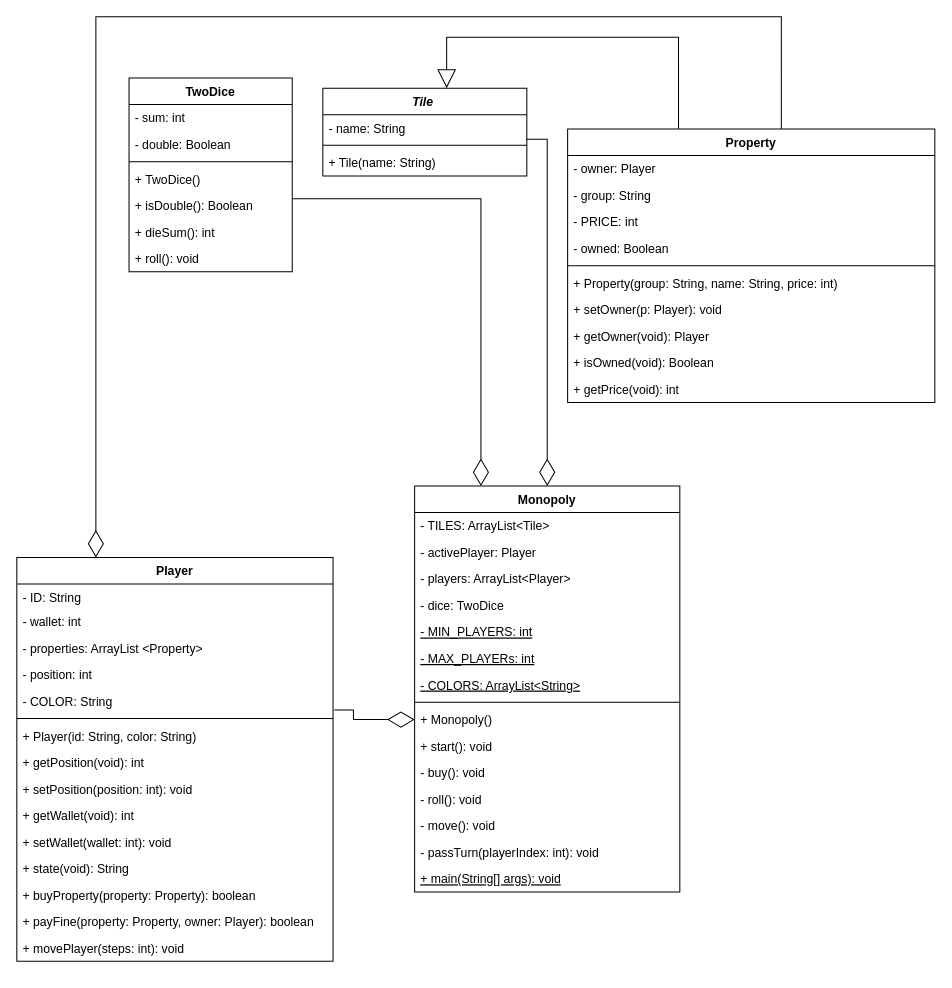
Earlier version of the draw.io diagram MonoplyMilestone1.drawio (MiniEinsteinD/MonopolyGame). Source tidied: cells renumbered, new cells numbered last; positions are measured from the earlier drawing's top-left corner, leaving out a move shared by most shapes. Both pictures are drawn from the tidied source at 102%, with x=0, y=0 at pixel (16, 16).
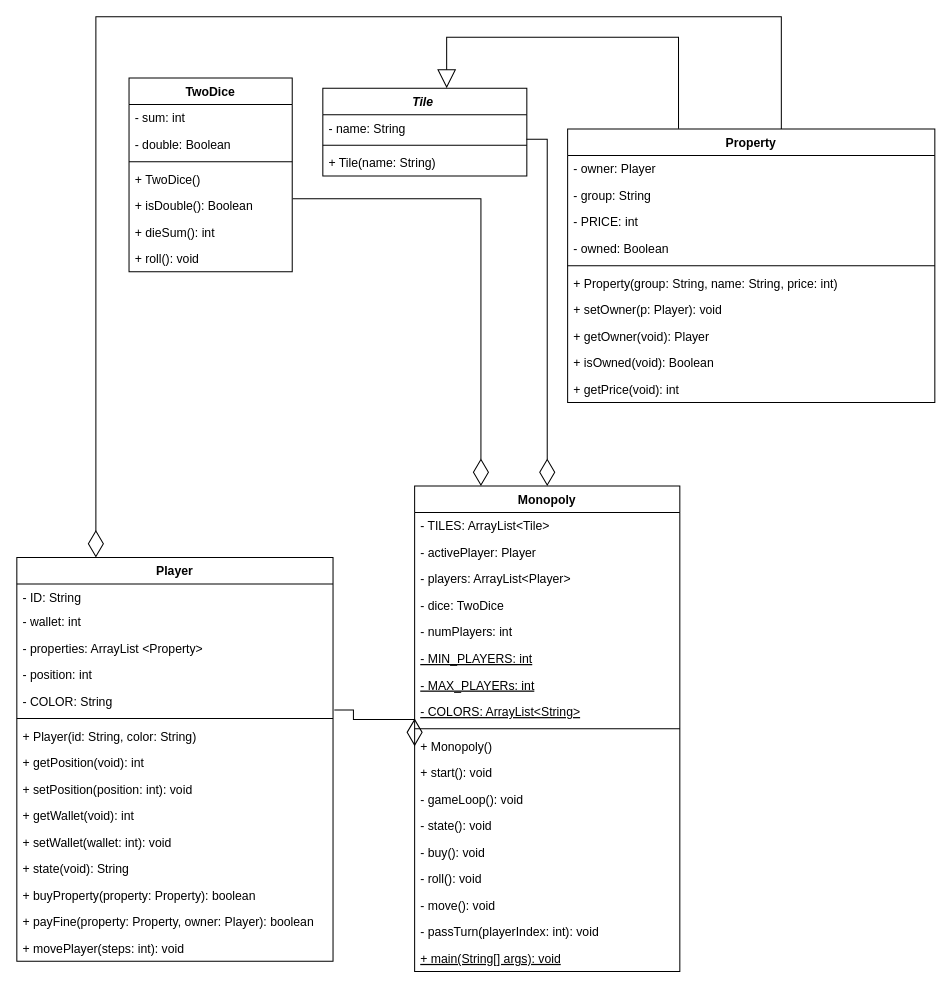
The same diagram, later.

What changed in the source:
```diff
@@
     <mxCell id="33" value="Monopoly" style="swimlane;fontStyle=1;align=center;verticalAlign=top;horizontal=1;startSize=26;" parent="1" vertex="1">
-      <mxGeometry x="390" y="460" width="260" height="398" as="geometry" />
+      <mxGeometry x="390" y="460" width="260" height="476" as="geometry" />
     </mxCell>
@@
+    <mxCell id="62" value="- numPlayers: int" style="text;strokeColor=none;fillColor=none;align=left;verticalAlign=top;spacingLeft=4;spacingRight=4;overflow=hidden;" parent="33" vertex="1">
+      <mxGeometry y="130" width="260" height="26" as="geometry" />
+    </mxCell>
     <mxCell id="38" value="- MIN_PLAYERS: int" style="text;strokeColor=none;fillColor=none;align=left;verticalAlign=top;spacingLeft=4;spacingRight=4;overflow=hidden;fontStyle=4;" parent="33" vertex="1">
-      <mxGeometry y="130" width="260" height="26" as="geometry" />
+      <mxGeometry y="156" width="260" height="26" as="geometry" />
     </mxCell>
     <mxCell id="39" value="- MAX_PLAYERs: int" style="text;strokeColor=none;fillColor=none;align=left;verticalAlign=top;spacingLeft=4;spacingRight=4;overflow=hidden;fontStyle=4;" parent="33" vertex="1">
-      <mxGeometry y="156" width="260" height="26" as="geometry" />
+      <mxGeometry y="182" width="260" height="26" as="geometry" />
     </mxCell>
     <mxCell id="40" value="- COLORS: ArrayList&lt;String&gt;" style="text;strokeColor=none;fillColor=none;align=left;verticalAlign=top;spacingLeft=4;spacingRight=4;overflow=hidden;fontStyle=4;" parent="33" vertex="1">
-      <mxGeometry y="182" width="260" height="26" as="geometry" />
+      <mxGeometry y="208" width="260" height="26" as="geometry" />
     </mxCell>
     <mxCell id="41" style="line;strokeWidth=1;fillColor=none;align=left;verticalAlign=middle;spacingTop=-1;spacingLeft=3;spacingRight=3;labelPosition=right;" parent="33" vertex="1">
-      <mxGeometry y="208" width="260" height="8" as="geometry" />
+      <mxGeometry y="234" width="260" height="8" as="geometry" />
     </mxCell>
     <mxCell id="42" value="+ Monopoly()" style="text;strokeColor=none;fillColor=none;align=left;verticalAlign=top;spacingLeft=4;spacingRight=4;overflow=hidden;points=[[0,0.5],[1,0.5]];portConstraint=eastwest;" parent="33" vertex="1">
-      <mxGeometry y="216" width="260" height="26" as="geometry" />
+      <mxGeometry y="242" width="260" height="26" as="geometry" />
     </mxCell>
     <mxCell id="43" value="+ start(): void" style="text;strokeColor=none;fillColor=none;align=left;verticalAlign=top;spacingLeft=4;spacingRight=4;overflow=hidden;" parent="33" vertex="1">
-      <mxGeometry y="242" width="260" height="26" as="geometry" />
+      <mxGeometry y="268" width="260" height="26" as="geometry" />
     </mxCell>
+    <mxCell id="63" value="- gameLoop(): void" style="text;strokeColor=none;fillColor=none;align=left;verticalAlign=top;spacingLeft=4;spacingRight=4;overflow=hidden;" parent="33" vertex="1">
+      <mxGeometry y="294" width="260" height="26" as="geometry" />
+    </mxCell>
+    <mxCell id="64" value="- state(): void" style="text;strokeColor=none;fillColor=none;align=left;verticalAlign=top;spacingLeft=4;spacingRight=4;overflow=hidden;" parent="33" vertex="1">
+      <mxGeometry y="320" width="260" height="26" as="geometry" />
+    </mxCell>
     <mxCell id="44" value="- buy(): void" style="text;strokeColor=none;fillColor=none;align=left;verticalAlign=top;spacingLeft=4;spacingRight=4;overflow=hidden;" parent="33" vertex="1">
-      <mxGeometry y="268" width="260" height="26" as="geometry" />
+      <mxGeometry y="346" width="260" height="26" as="geometry" />
     </mxCell>
     <mxCell id="45" value="- roll(): void " style="text;strokeColor=none;fillColor=none;align=left;verticalAlign=top;spacingLeft=4;spacingRight=4;overflow=hidden;" parent="33" vertex="1">
-      <mxGeometry y="294" width="260" height="26" as="geometry" />
+      <mxGeometry y="372" width="260" height="26" as="geometry" />
     </mxCell>
     <mxCell id="46" value="- move(): void" style="text;strokeColor=none;fillColor=none;align=left;verticalAlign=top;spacingLeft=4;spacingRight=4;overflow=hidden;" parent="33" vertex="1">
-      <mxGeometry y="320" width="260" height="26" as="geometry" />
+      <mxGeometry y="398" width="260" height="26" as="geometry" />
     </mxCell>
     <mxCell id="47" value="- passTurn(playerIndex: int): void " style="text;strokeColor=none;fillColor=none;align=left;verticalAlign=top;spacingLeft=4;spacingRight=4;overflow=hidden;" parent="33" vertex="1">
-      <mxGeometry y="346" width="260" height="26" as="geometry" />
+      <mxGeometry y="424" width="260" height="26" as="geometry" />
     </mxCell>
     <mxCell id="48" value="+ main(String[] args): void" style="text;strokeColor=none;fillColor=none;align=left;verticalAlign=top;spacingLeft=4;spacingRight=4;overflow=hidden;fontStyle=4;" parent="33" vertex="1">
-      <mxGeometry y="372" width="260" height="26" as="geometry" />
+      <mxGeometry y="450" width="260" height="26" as="geometry" />
     </mxCell>
```
